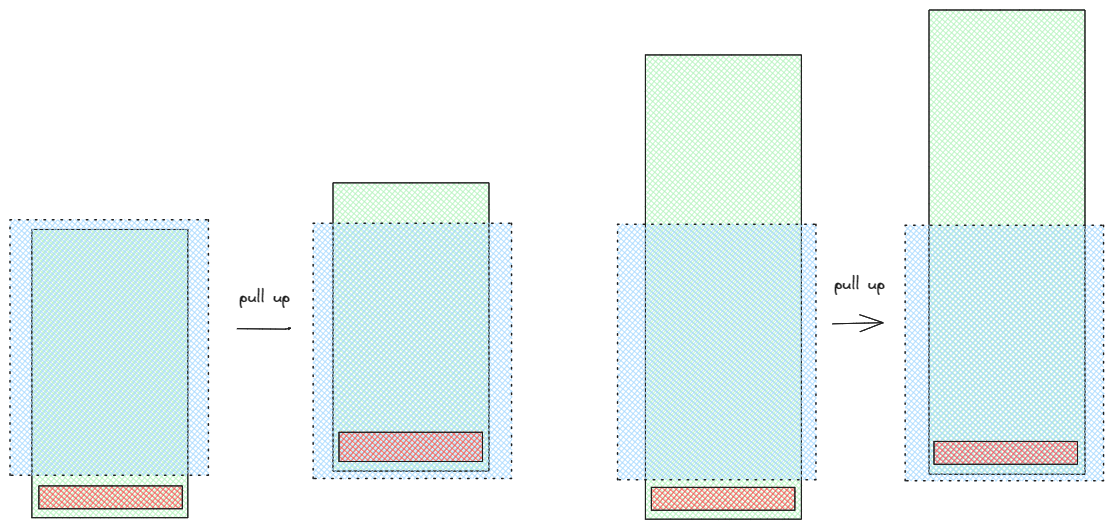
Above: blog/2024-03-02-pull-up/img/principle.png in lijunlin2022/lijunlin2022.github.io (Excalidraw), before the change. Source tidied: one line per element, renumbered; positions are measured from the earlier drawing's top-left corner, leaving out a move shared by most shapes.
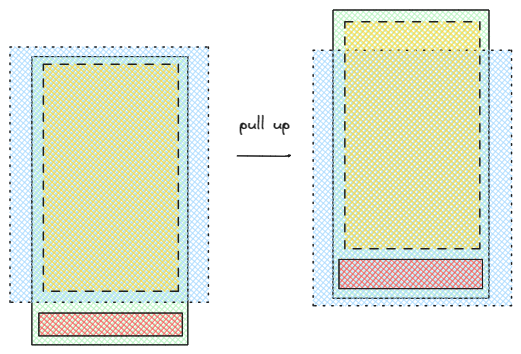
After the commit.

Commit message:
feat: 更新《H5 上拉加载（触底加载）如何实现》

The edit, as a diff of the source:
```diff
@@ -3,14 +3,8 @@
 {"id": 2, "type": "rectangle", "strokeColor": "#1e1e1e", "backgroundColor": "#fa5252", "fillStyle": "cross-hatch", "strokeWidth": 1, "roughness": 0, "x": 29, "y": 476, "width": 143, "height": 23}
 {"id": 3, "type": "arrow", "strokeColor": "#1e1e1e", "backgroundColor": "#ffc9c9", "fillStyle": "hachure", "strokeWidth": 1, "roughness": 0, "endArrowhead": "arrow", "from": 1, "to": 10, "x": 227, "y": 319, "width": 54, "height": 1, "points": [[0, 0], [48, 0], [54, 0]]}
 {"id": 4, "type": "text", "text": "pull up", "strokeColor": "#1e1e1e", "backgroundColor": "#ffc9c9", "fillStyle": "hachure", "strokeWidth": 1, "roughness": 0, "fontSize": 16, "fontFamily": 1, "x": 229, "y": 278, "width": 50, "height": 20}
-{"id": 5, "type": "rectangle", "strokeColor": "#1e1e1e", "backgroundColor": "#b2f2bb", "fillStyle": "cross-hatch", "strokeWidth": 1, "roughness": 0, "x": 635, "y": 45, "width": 156, "height": 464}
-{"id": 6, "type": "rectangle", "strokeColor": "#1e1e1e", "backgroundColor": "#a5d8ff", "fillStyle": "cross-hatch", "strokeWidth": 1, "strokeStyle": "dotted", "roughness": 0, "x": 608, "y": 214, "width": 198, "height": 255}
-{"id": 7, "type": "rectangle", "strokeColor": "#1e1e1e", "backgroundColor": "#fa5252", "fillStyle": "cross-hatch", "strokeWidth": 1, "roughness": 0, "x": 641, "y": 477, "width": 143, "height": 23}
-{"id": 8, "type": "arrow", "strokeColor": "#1e1e1e", "backgroundColor": "#ffc9c9", "fillStyle": "hachure", "strokeWidth": 1, "roughness": 0, "endArrowhead": "arrow", "from": 6, "to": 13, "x": 823, "y": 314, "width": 51, "height": 1, "points": [[0, 0], [51, -1]]}
 {"id": 9, "type": "rectangle", "strokeColor": "#1e1e1e", "backgroundColor": "#b2f2bb", "fillStyle": "cross-hatch", "strokeWidth": 1, "roughness": 0, "x": 323, "y": 173, "width": 156, "height": 288}
 {"id": 10, "type": "rectangle", "strokeColor": "#1e1e1e", "backgroundColor": "#a5d8ff", "fillStyle": "cross-hatch", "strokeWidth": 1, "strokeStyle": "dotted", "roughness": 0, "x": 303, "y": 213, "width": 198, "height": 255}
 {"id": 11, "type": "rectangle", "strokeColor": "#1e1e1e", "backgroundColor": "#fa5252", "fillStyle": "cross-hatch", "strokeWidth": 1, "roughness": 0, "x": 329, "y": 422, "width": 143, "height": 29}
-{"id": 12, "type": "rectangle", "strokeColor": "#1e1e1e", "backgroundColor": "#b2f2bb", "fillStyle": "cross-hatch", "strokeWidth": 1, "roughness": 0, "x": 919, "y": 0, "width": 156, "height": 464}
-{"id": 13, "type": "rectangle", "strokeColor": "#1e1e1e", "backgroundColor": "#a5d8ff", "fillStyle": "cross-hatch", "strokeWidth": 1, "strokeStyle": "dotted", "roughness": 0, "x": 895, "y": 215, "width": 198, "height": 255}
-{"id": 14, "type": "rectangle", "strokeColor": "#1e1e1e", "backgroundColor": "#fa5252", "fillStyle": "cross-hatch", "strokeWidth": 1, "roughness": 0, "x": 924, "y": 431, "width": 143, "height": 23}
-{"id": 15, "type": "text", "text": "pull up", "strokeColor": "#1e1e1e", "backgroundColor": "#ffc9c9", "fillStyle": "hachure", "strokeWidth": 1, "roughness": 0, "fontSize": 16, "fontFamily": 1, "x": 824, "y": 265, "width": 50, "height": 20}
+{"id": 16, "type": "rectangle", "strokeColor": "#1e1e1e", "backgroundColor": "#ffd43b", "fillStyle": "cross-hatch", "strokeWidth": 1, "strokeStyle": "dashed", "roughness": 0, "x": 33, "y": 227, "width": 135, "height": 227}
+{"id": 17, "type": "rectangle", "strokeColor": "#1e1e1e", "backgroundColor": "#ffd43b", "fillStyle": "cross-hatch", "strokeWidth": 1, "strokeStyle": "dashed", "roughness": 0, "x": 335, "y": 185, "width": 135, "height": 227}
```
